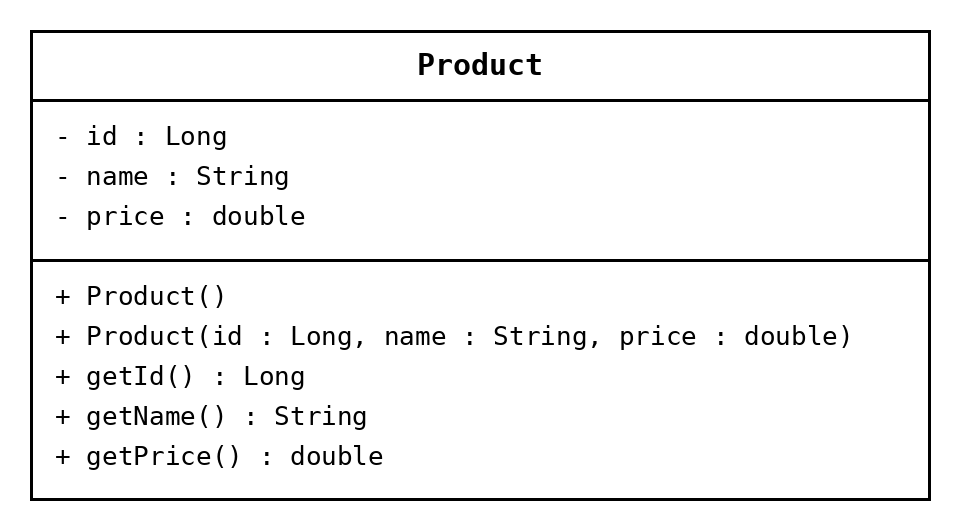
Before: docs/uml/Product.png, a diagram exported from PlantUML (Thanu-05/products1). Its source is kept beside it as docs/uml/Product.puml.
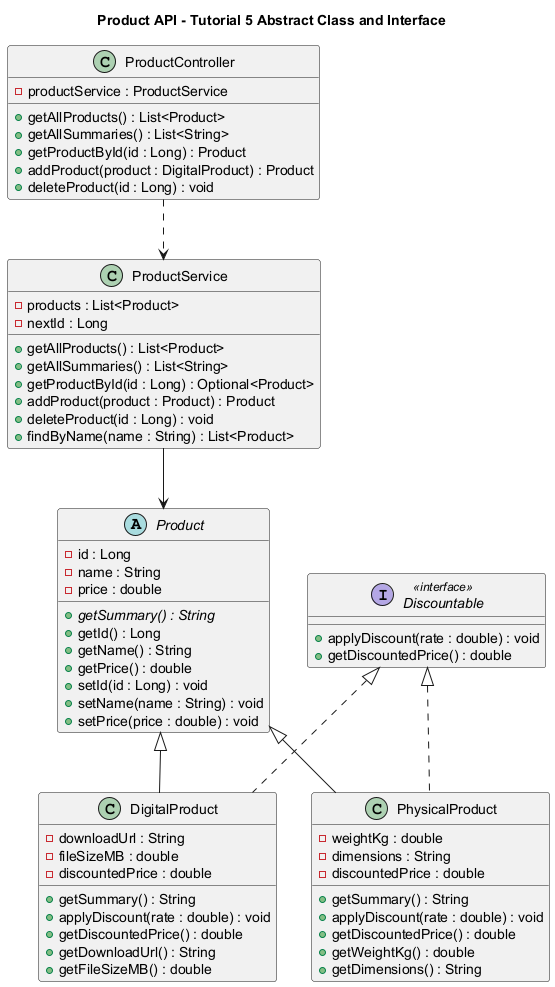
After the commit.

Commit message:
Tutorial 5: polymorphism

The edit, as a diff of the source:
```diff
@@ -1,11 +1,12 @@
 @startuml
 
-title Product API - Tutorial 4 Inheritance Hierarchy
+title Product API - Tutorial 5 Abstract Class and Interface
 
-class Product {
+abstract class Product {
     - id : Long
     - name : String
     - price : double
+    + {abstract} getSummary() : String
     + getId() : Long
     + getName() : String
     + getPrice() : double
@@ -14,9 +15,18 @@
     + setPrice(price : double) : void
 }
 
+interface Discountable <<interface>> {
+    + applyDiscount(rate : double) : void
+    + getDiscountedPrice() : double
+}
+
 class DigitalProduct {
     - downloadUrl : String
     - fileSizeMB : double
+    - discountedPrice : double
+    + getSummary() : String
+    + applyDiscount(rate : double) : void
+    + getDiscountedPrice() : double
     + getDownloadUrl() : String
     + getFileSizeMB() : double
 }
@@ -24,6 +34,10 @@
 class PhysicalProduct {
     - weightKg : double
     - dimensions : String
+    - discountedPrice : double
+    + getSummary() : String
+    + applyDiscount(rate : double) : void
+    + getDiscountedPrice() : double
     + getWeightKg() : double
     + getDimensions() : String
 }
@@ -32,6 +46,7 @@
     - products : List<Product>
     - nextId : Long
     + getAllProducts() : List<Product>
+    + getAllSummaries() : List<String>
     + getProductById(id : Long) : Optional<Product>
     + addProduct(product : Product) : Product
     + deleteProduct(id : Long) : void
@@ -41,14 +56,18 @@
 class ProductController {
     - productService : ProductService
     + getAllProducts() : List<Product>
+    + getAllSummaries() : List<String>
     + getProductById(id : Long) : Product
-    + addProduct(product : Product) : Product
+    + addProduct(product : DigitalProduct) : Product
     + deleteProduct(id : Long) : void
 }
 
 Product <|-- DigitalProduct
 Product <|-- PhysicalProduct
 
+Discountable <|.. DigitalProduct
+Discountable <|.. PhysicalProduct
+
 ProductController ..> ProductService
 
 ProductService --> Product
```
